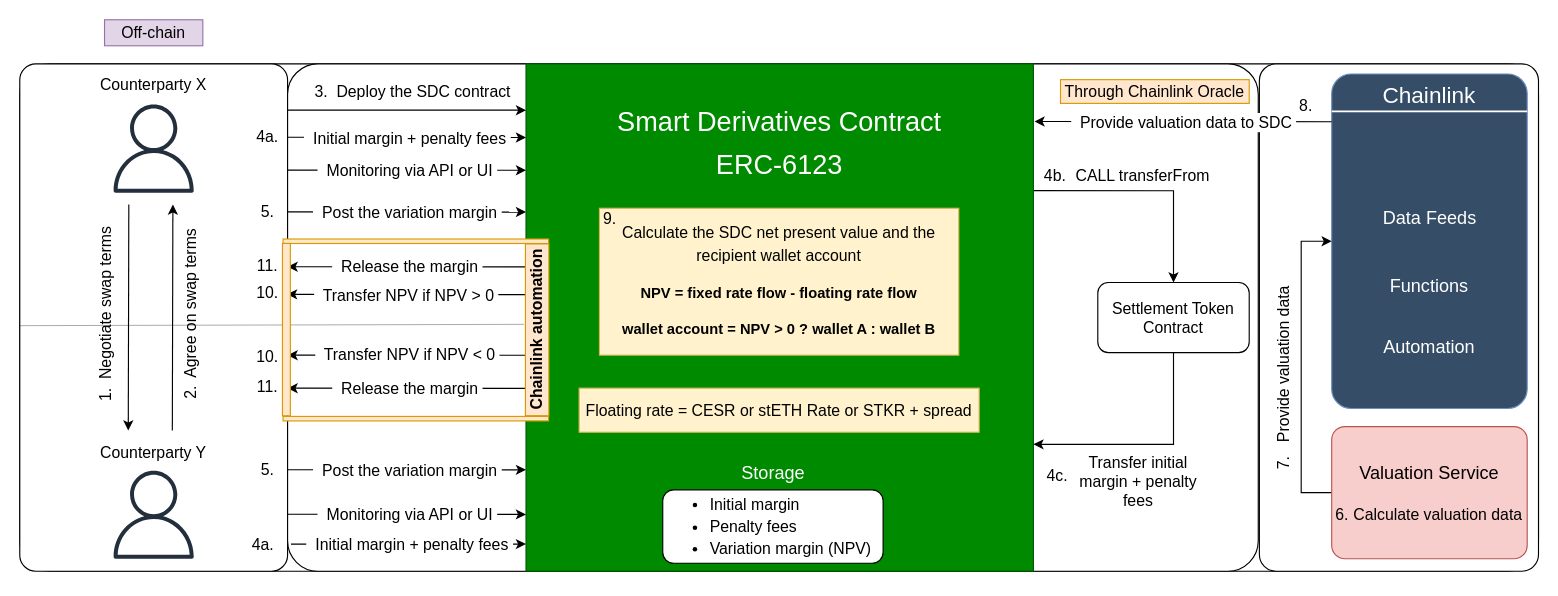
Edoumou/drawings keeps this draw.io diagram as page "PoC" (5 of 7) of qualitaX.drawio. Above is the earlier version. Source tidied: cells renumbered, new cells numbered last; positions are measured from the earlier drawing's top-left corner, leaving out a move shared by most shapes. Both pictures are drawn from the tidied source at 113%, with x=0, y=0 at pixel (15, 19).
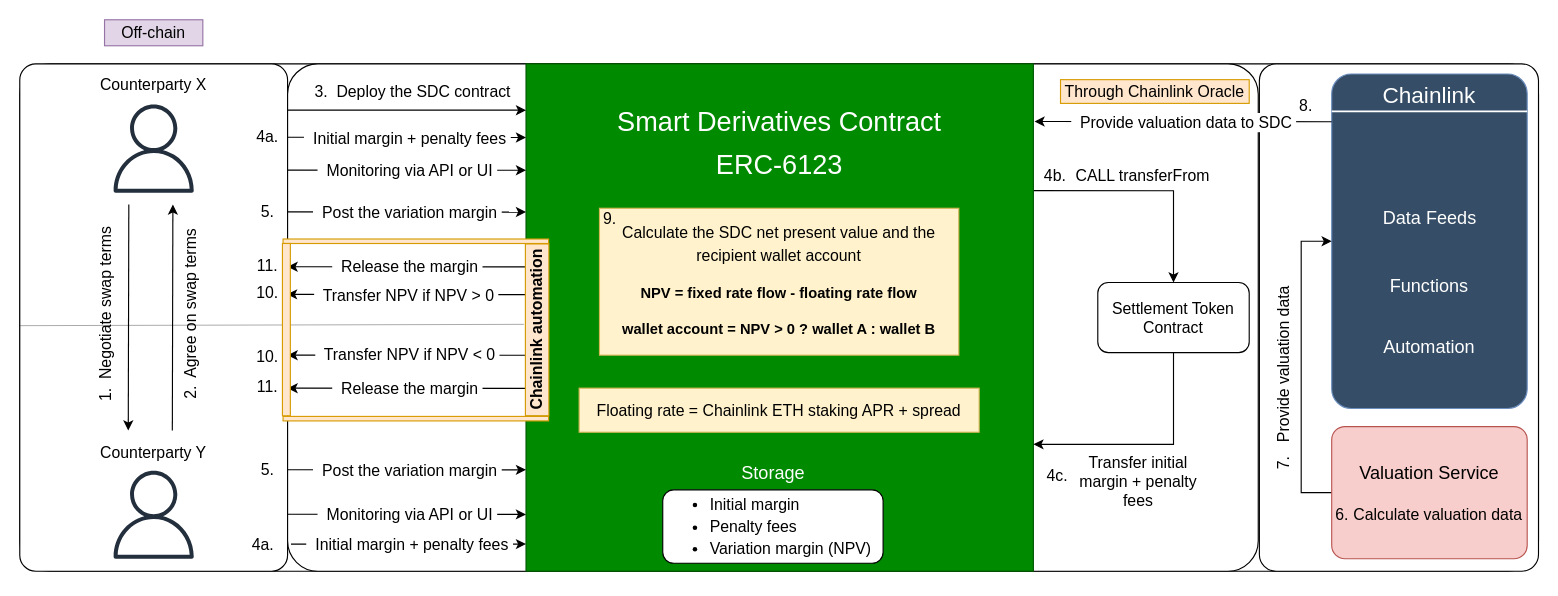
The same page after the edit.

What changed in the source:
```diff
@@
-    <mxCell id="55" value="&lt;font style=&quot;font-size: 14px;&quot;&gt;Floating rate = CESR or stETH Rate or STKR + spread&lt;/font&gt;" style="text;html=1;align=center;verticalAlign=middle;whiteSpace=wrap;rounded=0;fillColor=#fff2cc;strokeColor=#d6b656;" parent="1" vertex="1">
+    <mxCell id="55" value="&lt;font style=&quot;font-size: 14px;&quot;&gt;Floating rate = Chainlink ETH staking APR + spread&lt;/font&gt;" style="text;html=1;align=center;verticalAlign=middle;whiteSpace=wrap;rounded=0;fillColor=#fff2cc;strokeColor=#d6b656;" parent="1" vertex="1">
       <mxGeometry x="499" y="326" width="354" height="39" as="geometry" />
     </mxCell>
```
